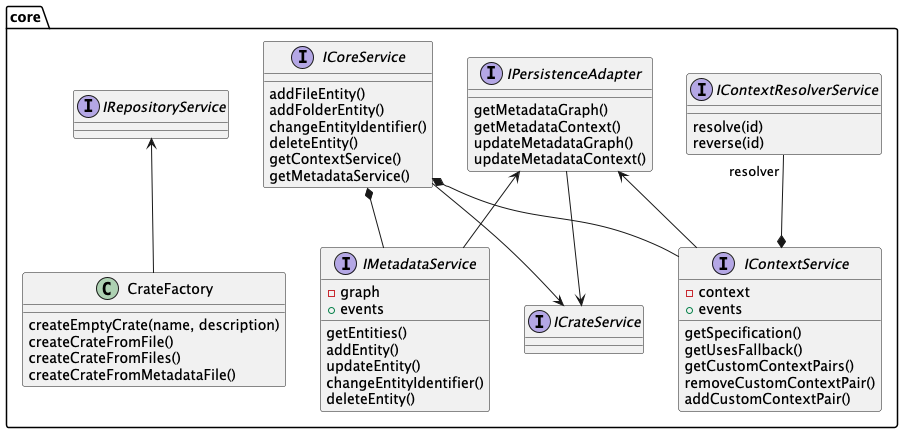
kit-data-manager/NovaCrate keeps this PlantUML diagram as docs/figures/lib/lib-core.png. Above is the earlier version.
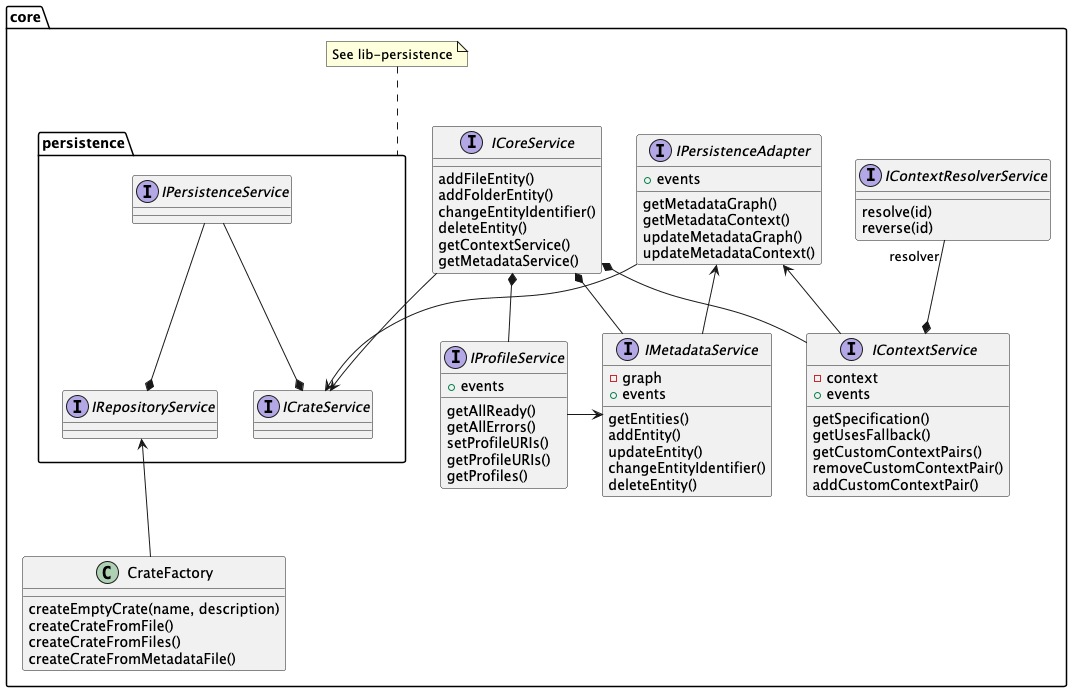
After the change.

Diff of the diagram source:
```diff
@@ -1,8 +1,18 @@
 @startuml
 
 package core {
-    interface ICrateService
-    interface IRepositoryService
+    package persistence {
+        interface IPersistenceService
+        interface ICrateService
+        interface IRepositoryService
+
+        IPersistenceService --* ICrateService
+        IPersistenceService --* IRepositoryService
+    }
+
+    note top of persistence
+        See lib-persistence
+    endnote
 
     interface ICoreService {
         addFileEntity()
@@ -14,6 +24,7 @@
     }
 
     interface IPersistenceAdapter {
+        + events
         getMetadataGraph()
         getMetadataContext()
         updateMetadataGraph()
@@ -23,6 +34,7 @@
     ICoreService --> ICrateService
     ICoreService *-- IContextService
     ICoreService *-- IMetadataService
+    ICoreService *-- IProfileService
 
     interface IContextService {
         - context
@@ -52,6 +64,17 @@
         deleteEntity()
     }
 
+    interface IProfileService {
+        + events
+        getAllReady()
+        getAllErrors()
+        setProfileURIs()
+        getProfileURIs()
+        getProfiles()
+    }
+
+    IProfileService -> IMetadataService
+
     class CrateFactory {
         createEmptyCrate(name, description)
         createCrateFromFile()
```
